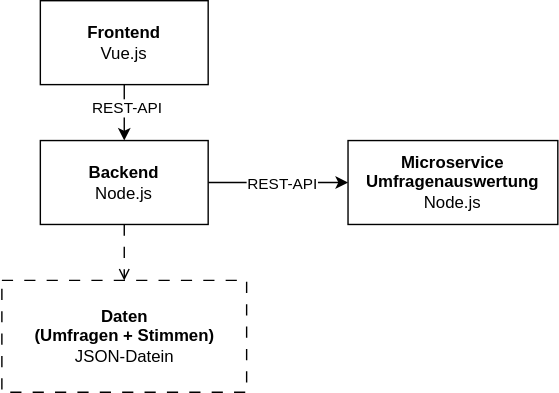
Above: images/project_architecture.svg in diddyholz/DevOpsDHGE (draw.io), before the change. Source tidied: cells renumbered, new cells last; positions are measured from the earlier drawing's top-left corner, leaving out a move shared by most shapes. The source it was exported from:
```xml
<mxGraphModel>
  <root>
    <mxCell id="0" />
    <mxCell id="1" parent="0" />
    <mxCell id="2" style="edgeStyle=orthogonalEdgeStyle;rounded=0;jettySize=auto;html=1;" parent="1" edge="1" source="4" target="8">
      <mxGeometry relative="1" as="geometry" />
    </mxCell>
    <mxCell id="3" value="REST-API" style="edgeLabel;html=1;align=center;verticalAlign=middle;" parent="2" vertex="1">
      <mxGeometry x="-0.21" y="1" relative="1" as="geometry" />
    </mxCell>
    <mxCell id="4" value="&lt;b&gt;Frontend&lt;/b&gt;&lt;br&gt;Vue.js" style="rounded=0;whiteSpace=wrap;html=1;" parent="1" vertex="1">
      <mxGeometry x="28" width="120" height="60" as="geometry" />
    </mxCell>
    <mxCell id="5" style="edgeStyle=orthogonalEdgeStyle;rounded=0;jettySize=auto;html=1;entryX=0;entryY=0.5;entryDx=0;entryDy=0;" parent="1" edge="1" source="8" target="9">
      <mxGeometry relative="1" as="geometry" />
    </mxCell>
    <mxCell id="6" value="REST-API" style="edgeLabel;html=1;align=center;verticalAlign=middle;" parent="5" vertex="1">
      <mxGeometry x="-0.21" y="1" relative="1" as="geometry">
        <mxPoint x="13" y="1" as="offset" />
      </mxGeometry>
    </mxCell>
    <mxCell id="7" style="edgeStyle=orthogonalEdgeStyle;rounded=0;jettySize=auto;html=1;strokeColor=default;dashed=1;dashPattern=8 8;endArrow=open;endFill=0;" parent="1" edge="1" source="8" target="10">
      <mxGeometry relative="1" as="geometry" />
    </mxCell>
    <mxCell id="8" value="&lt;b&gt;Backend&lt;/b&gt;&lt;br&gt;Node.js" style="rounded=0;whiteSpace=wrap;html=1;" parent="1" vertex="1">
      <mxGeometry x="28" y="100" width="120" height="60" as="geometry" />
    </mxCell>
    <mxCell id="9" value="&lt;div&gt;&lt;b style=&quot;background-color: transparent; color: light-dark(rgb(0, 0, 0), rgb(255, 255, 255));&quot;&gt;Microservice&lt;/b&gt;&lt;/div&gt;&lt;div&gt;&lt;b style=&quot;background-color: transparent; color: light-dark(rgb(0, 0, 0), rgb(255, 255, 255));&quot;&gt;Umfragenauswertung&lt;/b&gt;&lt;/div&gt;Node.js" style="rounded=0;whiteSpace=wrap;html=1;" parent="1" vertex="1">
      <mxGeometry x="248" y="100" width="150" height="60" as="geometry" />
    </mxCell>
    <mxCell id="10" value="&lt;b&gt;Daten&lt;/b&gt;&lt;div&gt;&lt;b&gt;(Umfragen + Stimmen)&lt;br&gt;&lt;/b&gt;JSON-Datein&lt;/div&gt;" style="rounded=0;whiteSpace=wrap;html=1;dashed=1;dashPattern=8 8;" parent="1" vertex="1">
      <mxGeometry x="0.5" y="200" width="175" height="80" as="geometry" />
    </mxCell>
  </root>
</mxGraphModel>
```
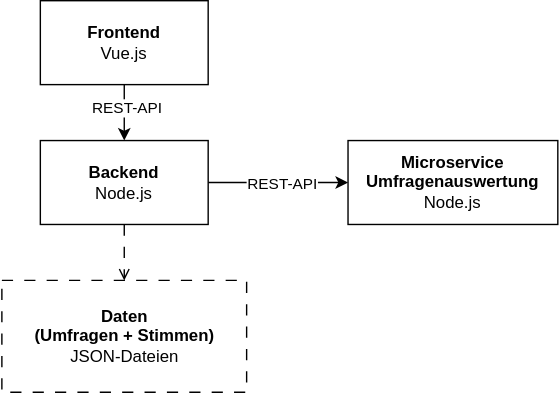
Later version of the same file.

Change to the diagram source:
```diff
@@ -28,7 +28,7 @@
     <mxCell id="9" value="&lt;div&gt;&lt;b style=&quot;background-color: transparent; color: light-dark(rgb(0, 0, 0), rgb(255, 255, 255));&quot;&gt;Microservice&lt;/b&gt;&lt;/div&gt;&lt;div&gt;&lt;b style=&quot;background-color: transparent; color: light-dark(rgb(0, 0, 0), rgb(255, 255, 255));&quot;&gt;Umfragenauswertung&lt;/b&gt;&lt;/div&gt;Node.js" style="rounded=0;whiteSpace=wrap;html=1;" parent="1" vertex="1">
       <mxGeometry x="248" y="100" width="150" height="60" as="geometry" />
     </mxCell>
-    <mxCell id="10" value="&lt;b&gt;Daten&lt;/b&gt;&lt;div&gt;&lt;b&gt;(Umfragen + Stimmen)&lt;br&gt;&lt;/b&gt;JSON-Datein&lt;/div&gt;" style="rounded=0;whiteSpace=wrap;html=1;dashed=1;dashPattern=8 8;" parent="1" vertex="1">
+    <mxCell id="10" value="&lt;b&gt;Daten&lt;/b&gt;&lt;div&gt;&lt;b&gt;(Umfragen + Stimmen)&lt;br&gt;&lt;/b&gt;JSON-Dateien&lt;/div&gt;" style="rounded=0;whiteSpace=wrap;html=1;dashed=1;dashPattern=8 8;" parent="1" vertex="1">
       <mxGeometry x="0.5" y="200" width="175" height="80" as="geometry" />
     </mxCell>
   </root>
```
